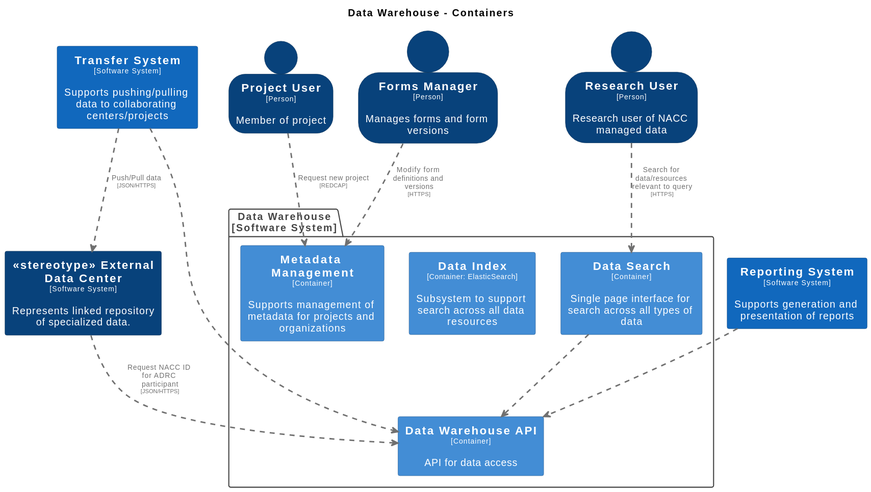
Before: docs/images/structurizr-WarehouseContainers.svg, a diagram exported from PlantUML (naccdata/system-design).
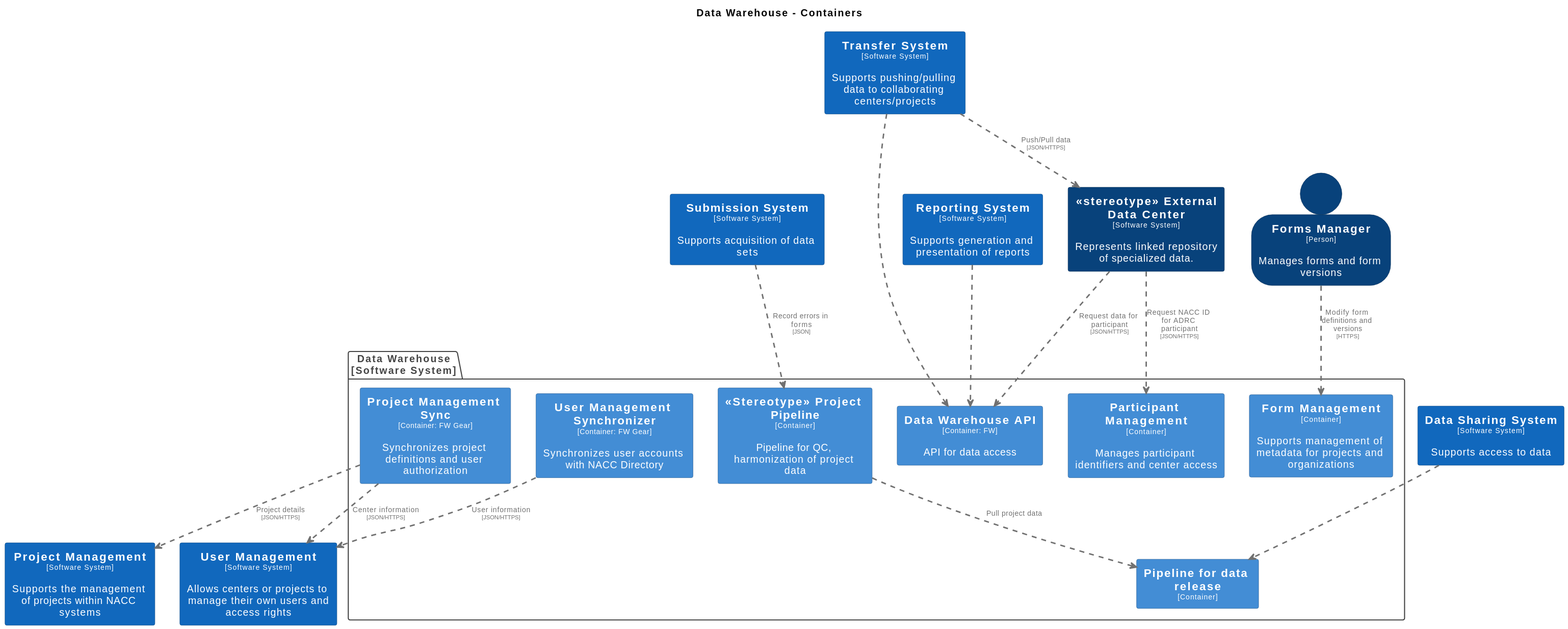
After the commit.

Diff of the diagram source:
```diff
@@ -13,22 +13,27 @@
 
 hide stereotype
 
+skinparam rectangle<<DataWarehouse.StereotypeProjectPipeline>> {
+  BackgroundColor #438dd5
+  FontColor #ffffff
+  BorderColor #2e6295
+}
 skinparam rectangle<<stereotypeExternalDataCenter>> {
   BackgroundColor #08427b
   FontColor #ffffff
   BorderColor #052e56
 }
-skinparam rectangle<<DataWarehouse.DataIndex>> {
+skinparam rectangle<<DataSharingSystem>> {
+  BackgroundColor #1168bd
+  FontColor #ffffff
+  BorderColor #0b4884
+}
+skinparam rectangle<<DataWarehouse.DataWarehouseAPI>> {
   BackgroundColor #438dd5
   FontColor #ffffff
   BorderColor #2e6295
 }
-skinparam rectangle<<DataWarehouse.DataSearch>> {
-  BackgroundColor #438dd5
-  FontColor #ffffff
-  BorderColor #2e6295
-}
-skinparam rectangle<<DataWarehouse.DataWarehouseAPI>> {
+skinparam rectangle<<DataWarehouse.FormManagement>> {
   BackgroundColor #438dd5
   FontColor #ffffff
   BorderColor #2e6295
@@ -38,55 +43,84 @@
   FontColor #ffffff
   BorderColor #052e56
 }
-skinparam rectangle<<DataWarehouse.MetadataManagement>> {
+skinparam rectangle<<DataWarehouse.ParticipantManagement>> {
   BackgroundColor #438dd5
   FontColor #ffffff
   BorderColor #2e6295
 }
-skinparam person<<ProjectUser>> {
-  BackgroundColor #08427b
+skinparam rectangle<<DataWarehouse.Pipelinefordatarelease>> {
+  BackgroundColor #438dd5
   FontColor #ffffff
-  BorderColor #052e56
+  BorderColor #2e6295
+}
+skinparam rectangle<<ProjectManagement>> {
+  BackgroundColor #1168bd
+  FontColor #ffffff
+  BorderColor #0b4884
+}
+skinparam rectangle<<DataWarehouse.ProjectManagementSync>> {
+  BackgroundColor #438dd5
+  FontColor #ffffff
+  BorderColor #2e6295
 }
 skinparam rectangle<<ReportingSystem>> {
   BackgroundColor #1168bd
   FontColor #ffffff
   BorderColor #0b4884
 }
-skinparam person<<ResearchUser>> {
-  BackgroundColor #08427b
+skinparam rectangle<<SubmissionSystem>> {
+  BackgroundColor #1168bd
   FontColor #ffffff
-  BorderColor #052e56
+  BorderColor #0b4884
 }
 skinparam rectangle<<TransferSystem>> {
   BackgroundColor #1168bd
   FontColor #ffffff
   BorderColor #0b4884
 }
+skinparam rectangle<<UserManagement>> {
+  BackgroundColor #1168bd
+  FontColor #ffffff
+  BorderColor #0b4884
+}
+skinparam rectangle<<DataWarehouse.UserManagementSynchronizer>> {
+  BackgroundColor #438dd5
+  FontColor #ffffff
+  BorderColor #2e6295
+}
 
-person "==Research User\n<size:10>[Person]</size>\n\nResearch user of NACC managed data" <<ResearchUser>> as ResearchUser
+rectangle "==Reporting System\n<size:10>[Software System]</size>\n\nSupports generation and presentation of reports" <<ReportingSystem>> as ReportingSystem
+rectangle "==Submission System\n<size:10>[Software System]</size>\n\nSupports acquisition of data sets" <<SubmissionSystem>> as SubmissionSystem
+rectangle "==User Management\n<size:10>[Software System]</size>\n\nAllows centers or projects to manage their own users and access rights" <<UserManagement>> as UserManagement
+rectangle "==<<stereotype>> External Data Center\n<size:10>[Software System]</size>\n\nRepresents linked repository of specialized data." <<stereotypeExternalDataCenter>> as stereotypeExternalDataCenter
+person "==Forms Manager\n<size:10>[Person]</size>\n\nManages forms and form versions" <<FormsManager>> as FormsManager
+rectangle "==Project Management\n<size:10>[Software System]</size>\n\nSupports the management of projects within NACC systems" <<ProjectManagement>> as ProjectManagement
 rectangle "==Transfer System\n<size:10>[Software System]</size>\n\nSupports pushing/pulling data to collaborating centers/projects" <<TransferSystem>> as TransferSystem
-rectangle "==<<stereotype>> External Data Center\n<size:10>[Software System]</size>\n\nRepresents linked repository of specialized data." <<stereotypeExternalDataCenter>> as stereotypeExternalDataCenter
-rectangle "==Reporting System\n<size:10>[Software System]</size>\n\nSupports generation and presentation of reports" <<ReportingSystem>> as ReportingSystem
-person "==Forms Manager\n<size:10>[Person]</size>\n\nManages forms and form versions" <<FormsManager>> as FormsManager
-person "==Project User\n<size:10>[Person]</size>\n\nMember of project" <<ProjectUser>> as ProjectUser
+rectangle "==Data Sharing System\n<size:10>[Software System]</size>\n\nSupports access to data" <<DataSharingSystem>> as DataSharingSystem
 
 package "Data Warehouse\n[Software System]" <<DataWarehouse>> {
   skinparam PackageBorderColor<<DataWarehouse>> #444444
   skinparam PackageFontColor<<DataWarehouse>> #444444
 
-  rectangle "==Data Search\n<size:10>[Container]</size>\n\nSingle page interface for search across all types of data" <<DataWarehouse.DataSearch>> as DataWarehouse.DataSearch
-  rectangle "==Data Index\n<size:10>[Container: ElasticSearch]</size>\n\nSubsystem to support search across all data resources" <<DataWarehouse.DataIndex>> as DataWarehouse.DataIndex
-  rectangle "==Data Warehouse API\n<size:10>[Container]</size>\n\nAPI for data access" <<DataWarehouse.DataWarehouseAPI>> as DataWarehouse.DataWarehouseAPI
-  rectangle "==Metadata Management\n<size:10>[Container]</size>\n\nSupports management of metadata for projects and organizations" <<DataWarehouse.MetadataManagement>> as DataWarehouse.MetadataManagement
+  rectangle "==Data Warehouse API\n<size:10>[Container: FW]</size>\n\nAPI for data access" <<DataWarehouse.DataWarehouseAPI>> as DataWarehouse.DataWarehouseAPI
+  rectangle "==User Management Synchronizer\n<size:10>[Container: FW Gear]</size>\n\nSynchronizes user accounts with NACC Directory" <<DataWarehouse.UserManagementSynchronizer>> as DataWarehouse.UserManagementSynchronizer
+  rectangle "==Project Management Sync\n<size:10>[Container: FW Gear]</size>\n\nSynchronizes project definitions and user authorization" <<DataWarehouse.ProjectManagementSync>> as DataWarehouse.ProjectManagementSync
+  rectangle "==<<Stereotype>> Project Pipeline\n<size:10>[Container]</size>\n\nPipeline for QC, harmonization of project data" <<DataWarehouse.StereotypeProjectPipeline>> as DataWarehouse.StereotypeProjectPipeline
+  rectangle "==Pipeline for data release\n<size:10>[Container]</size>" <<DataWarehouse.Pipelinefordatarelease>> as DataWarehouse.Pipelinefordatarelease
+  rectangle "==Participant Management\n<size:10>[Container]</size>\n\nManages participant identifiers and center access" <<DataWarehouse.ParticipantManagement>> as DataWarehouse.ParticipantManagement
+  rectangle "==Form Management\n<size:10>[Container]</size>\n\nSupports management of metadata for projects and organizations" <<DataWarehouse.FormManagement>> as DataWarehouse.FormManagement
 }
 
-FormsManager .[#707070,thickness=2].> DataWarehouse.MetadataManagement : "<color:#707070>Modify form definitions and versions\n<color:#707070><size:8>[HTTPS]</size>"
-ResearchUser .[#707070,thickness=2].> DataWarehouse.DataSearch : "<color:#707070>Search for data/resources relevant to query\n<color:#707070><size:8>[HTTPS]</size>"
-stereotypeExternalDataCenter .[#707070,thickness=2].> DataWarehouse.DataWarehouseAPI : "<color:#707070>Request NACC ID for ADRC participant\n<color:#707070><size:8>[JSON/HTTPS]</size>"
+DataSharingSystem .[#707070,thickness=2].> DataWarehouse.Pipelinefordatarelease : "<color:#707070>"
+DataWarehouse.UserManagementSynchronizer .[#707070,thickness=2].> UserManagement : "<color:#707070>User information\n<color:#707070><size:8>[JSON/HTTPS]</size>"
+FormsManager .[#707070,thickness=2].> DataWarehouse.FormManagement : "<color:#707070>Modify form definitions and versions\n<color:#707070><size:8>[HTTPS]</size>"
+stereotypeExternalDataCenter .[#707070,thickness=2].> DataWarehouse.ParticipantManagement : "<color:#707070>Request NACC ID for ADRC participant\n<color:#707070><size:8>[JSON/HTTPS]</size>"
+stereotypeExternalDataCenter .[#707070,thickness=2].> DataWarehouse.DataWarehouseAPI : "<color:#707070>Request data for participant\n<color:#707070><size:8>[JSON/HTTPS]</size>"
 TransferSystem .[#707070,thickness=2].> stereotypeExternalDataCenter : "<color:#707070>Push/Pull data\n<color:#707070><size:8>[JSON/HTTPS]</size>"
-DataWarehouse.DataSearch .[#707070,thickness=2].> DataWarehouse.DataWarehouseAPI : "<color:#707070>"
+DataWarehouse.ProjectManagementSync .[#707070,thickness=2].> UserManagement : "<color:#707070>Center information\n<color:#707070><size:8>[JSON/HTTPS]</size>"
+DataWarehouse.ProjectManagementSync .[#707070,thickness=2].> ProjectManagement : "<color:#707070>Project details\n<color:#707070><size:8>[JSON/HTTPS]</size>"
+DataWarehouse.StereotypeProjectPipeline .[#707070,thickness=2].> DataWarehouse.Pipelinefordatarelease : "<color:#707070>Pull project data"
+SubmissionSystem .[#707070,thickness=2].> DataWarehouse.StereotypeProjectPipeline : "<color:#707070>Record errors in forms\n<color:#707070><size:8>[JSON]</size>"
 TransferSystem .[#707070,thickness=2].> DataWarehouse.DataWarehouseAPI : "<color:#707070>"
 ReportingSystem .[#707070,thickness=2].> DataWarehouse.DataWarehouseAPI : "<color:#707070>"
-ProjectUser .[#707070,thickness=2].> DataWarehouse.MetadataManagement : "<color:#707070>Request new project\n<color:#707070><size:8>[REDCAP]</size>"
 @enduml
```
